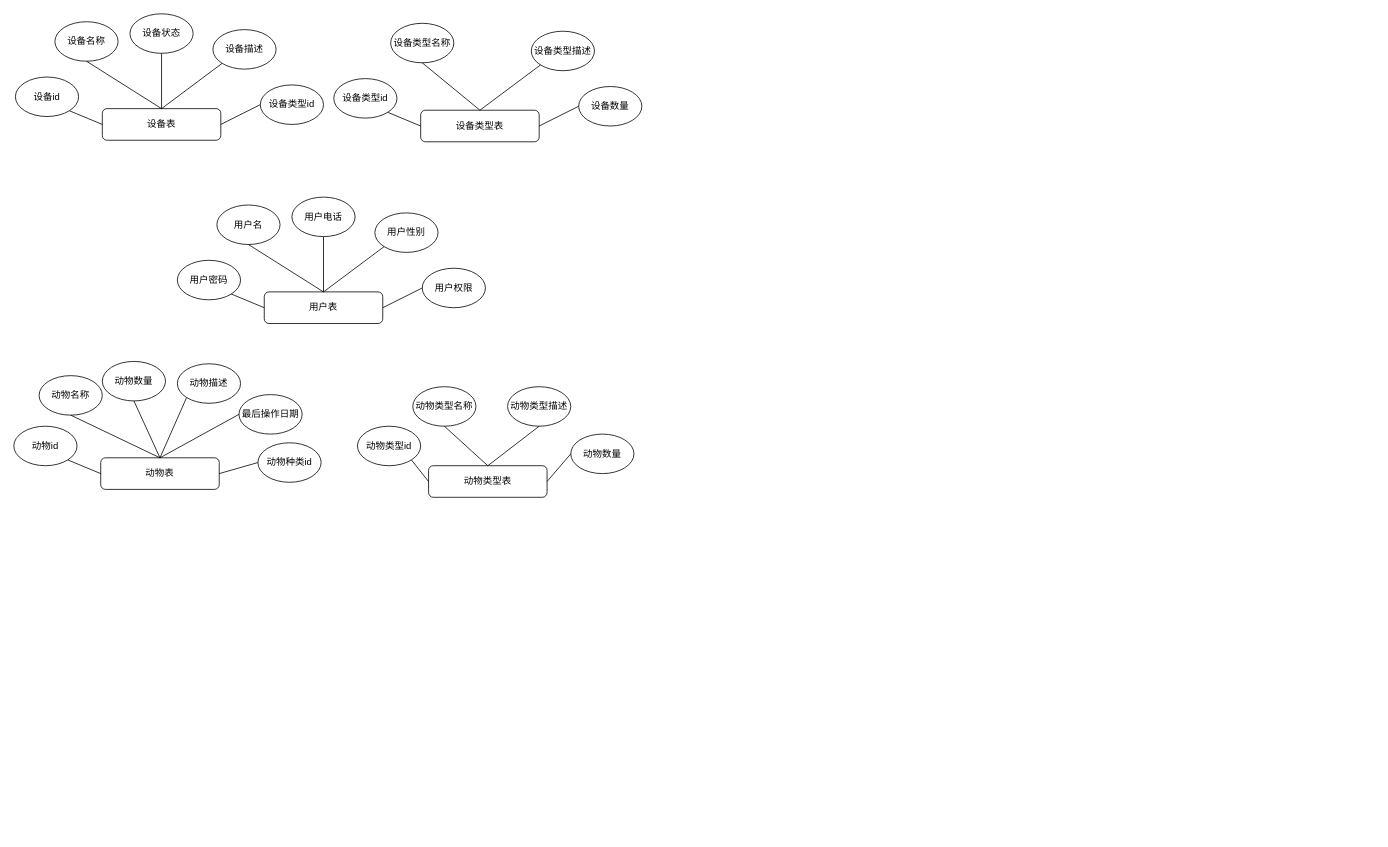
The draw.io diagram 养殖场管理系统.drawio in specychicken/drawIO2, before the edit. Source tidied: cells renumbered, new cells numbered last; positions are measured from the earlier drawing's top-left corner, leaving out a move shared by most shapes. Both pictures are drawn from the tidied source at 79%, with x=0, y=0 at pixel (13, 13).
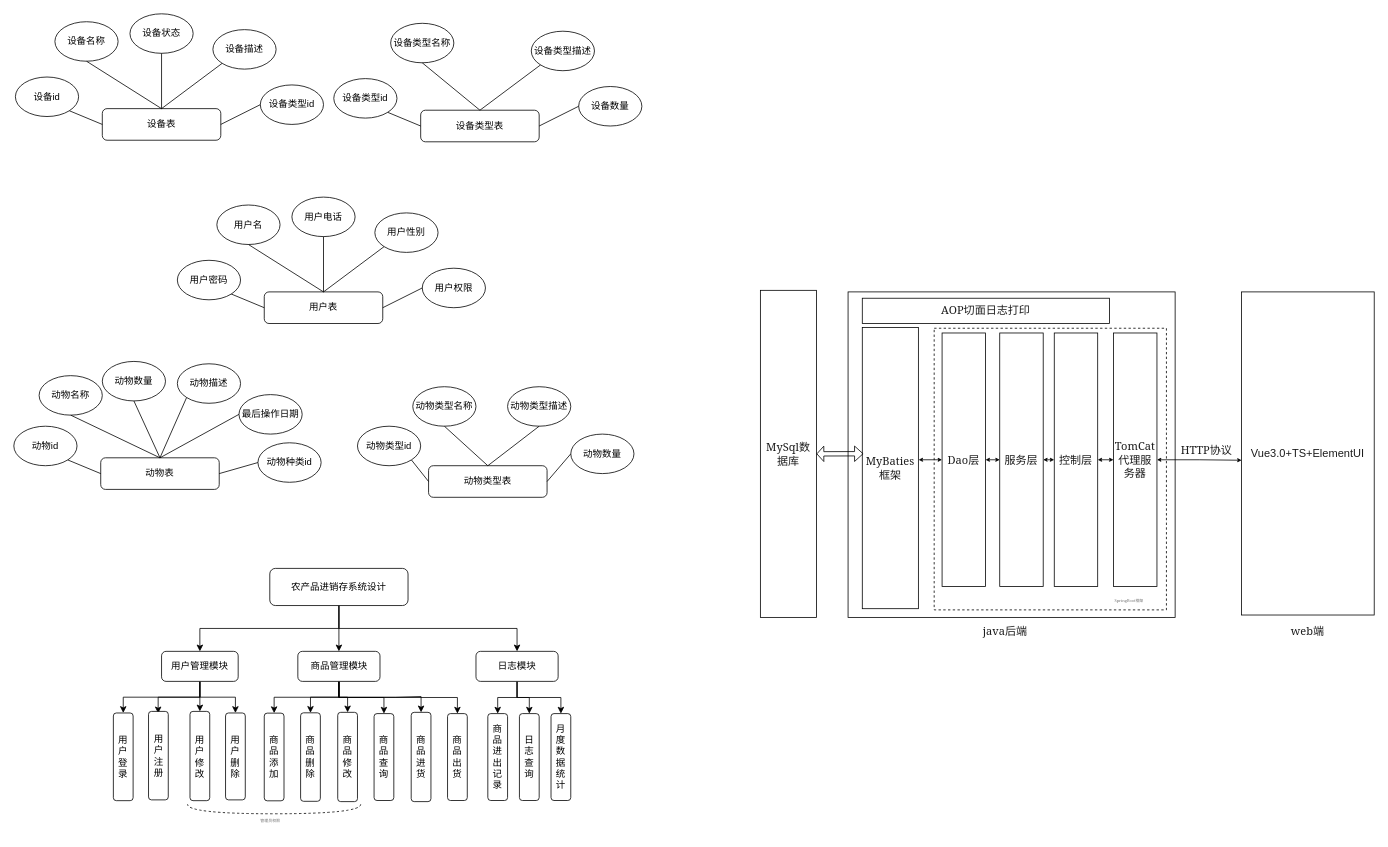
The same page after the edit.

Commit message:
更新养殖场管理系统.drawio

The edit, as a diff of the source:
```diff
@@
+    <mxCell id="55" style="edgeStyle=orthogonalEdgeStyle;rounded=0;jettySize=auto;html=1;" parent="1" edge="1" source="58" target="70">
+      <mxGeometry relative="1" as="geometry" />
+    </mxCell>
+    <mxCell id="56" style="edgeStyle=orthogonalEdgeStyle;rounded=0;jettySize=auto;html=1;exitX=0.5;exitY=1;exitDx=0;exitDy=0;" parent="1" edge="1" source="58" target="74">
+      <mxGeometry relative="1" as="geometry" />
+    </mxCell>
+    <mxCell id="57" style="edgeStyle=orthogonalEdgeStyle;rounded=0;jettySize=auto;html=1;exitX=0.5;exitY=1;exitDx=0;exitDy=0;entryX=0.5;entryY=0;entryDx=0;entryDy=0;" parent="1" edge="1" source="58" target="63">
+      <mxGeometry relative="1" as="geometry" />
+    </mxCell>
+    <mxCell id="58" value="农产品进销存系统设计" style="rounded=1;whiteSpace=wrap;html=1;" parent="1" vertex="1">
+      <mxGeometry x="324" y="702" width="175" height="47" as="geometry" />
+    </mxCell>
+    <mxCell id="59" style="edgeStyle=orthogonalEdgeStyle;rounded=0;jettySize=auto;html=1;exitX=0.5;exitY=1;exitDx=0;exitDy=0;entryX=0.5;entryY=0;entryDx=0;entryDy=0;" parent="1" edge="1" source="63" target="76">
+      <mxGeometry relative="1" as="geometry" />
+    </mxCell>
+    <mxCell id="60" style="edgeStyle=orthogonalEdgeStyle;rounded=0;jettySize=auto;html=1;exitX=0.5;exitY=1;exitDx=0;exitDy=0;entryX=0.487;entryY=0.022;entryDx=0;entryDy=0;entryPerimeter=0;" parent="1" edge="1" source="63" target="75">
+      <mxGeometry relative="1" as="geometry" />
+    </mxCell>
+    <mxCell id="61" style="edgeStyle=orthogonalEdgeStyle;rounded=0;jettySize=auto;html=1;exitX=0.5;exitY=1;exitDx=0;exitDy=0;entryX=0.5;entryY=0;entryDx=0;entryDy=0;" parent="1" edge="1" source="63" target="77">
+      <mxGeometry relative="1" as="geometry" />
+    </mxCell>
+    <mxCell id="62" style="edgeStyle=orthogonalEdgeStyle;rounded=0;jettySize=auto;html=1;exitX=0.5;exitY=1;exitDx=0;exitDy=0;" parent="1" edge="1" source="63" target="78">
+      <mxGeometry relative="1" as="geometry" />
+    </mxCell>
+    <mxCell id="63" value="用户管理模块" style="rounded=1;whiteSpace=wrap;html=1;" parent="1" vertex="1">
+      <mxGeometry x="187" y="807" width="97" height="38" as="geometry" />
+    </mxCell>
+    <mxCell id="64" style="edgeStyle=orthogonalEdgeStyle;rounded=0;jettySize=auto;html=1;exitX=0.5;exitY=1;exitDx=0;exitDy=0;entryX=0.5;entryY=0;entryDx=0;entryDy=0;" parent="1" edge="1" source="70" target="80">
+      <mxGeometry relative="1" as="geometry" />
+    </mxCell>
+    <mxCell id="65" style="edgeStyle=orthogonalEdgeStyle;rounded=0;jettySize=auto;html=1;exitX=0.5;exitY=1;exitDx=0;exitDy=0;entryX=0.5;entryY=0;entryDx=0;entryDy=0;" parent="1" edge="1" source="70" target="79">
+      <mxGeometry relative="1" as="geometry" />
+    </mxCell>
+    <mxCell id="66" style="edgeStyle=orthogonalEdgeStyle;rounded=0;jettySize=auto;html=1;exitX=0.5;exitY=1;exitDx=0;exitDy=0;entryX=0.5;entryY=0;entryDx=0;entryDy=0;" parent="1" edge="1" source="70" target="81">
+      <mxGeometry relative="1" as="geometry" />
+    </mxCell>
+    <mxCell id="67" style="edgeStyle=orthogonalEdgeStyle;rounded=0;jettySize=auto;html=1;exitX=0.5;exitY=1;exitDx=0;exitDy=0;entryX=0.5;entryY=0;entryDx=0;entryDy=0;" parent="1" edge="1" source="70" target="82">
+      <mxGeometry relative="1" as="geometry" />
+    </mxCell>
+    <mxCell id="68" style="edgeStyle=orthogonalEdgeStyle;rounded=0;jettySize=auto;html=1;exitX=0.5;exitY=1;exitDx=0;exitDy=0;entryX=0.5;entryY=0;entryDx=0;entryDy=0;" parent="1" edge="1" source="70" target="84">
+      <mxGeometry relative="1" as="geometry" />
+    </mxCell>
+    <mxCell id="69" style="edgeStyle=orthogonalEdgeStyle;rounded=0;jettySize=auto;html=1;exitX=0.5;exitY=1;exitDx=0;exitDy=0;" parent="1" edge="1" source="70" target="83">
+      <mxGeometry relative="1" as="geometry" />
+    </mxCell>
+    <mxCell id="70" value="商品管理模块" style="rounded=1;whiteSpace=wrap;html=1;" parent="1" vertex="1">
+      <mxGeometry x="359.5" y="807" width="104" height="38" as="geometry" />
+    </mxCell>
+    <mxCell id="71" style="edgeStyle=orthogonalEdgeStyle;rounded=0;jettySize=auto;html=1;exitX=0.5;exitY=1;exitDx=0;exitDy=0;" parent="1" edge="1" source="74" target="85">
+      <mxGeometry relative="1" as="geometry" />
+    </mxCell>
+    <mxCell id="72" style="edgeStyle=orthogonalEdgeStyle;rounded=0;jettySize=auto;html=1;exitX=0.5;exitY=1;exitDx=0;exitDy=0;entryX=0.5;entryY=0;entryDx=0;entryDy=0;" parent="1" edge="1" source="74" target="86">
+      <mxGeometry relative="1" as="geometry" />
+    </mxCell>
+    <mxCell id="73" style="edgeStyle=orthogonalEdgeStyle;rounded=0;jettySize=auto;html=1;exitX=0.5;exitY=1;exitDx=0;exitDy=0;entryX=0.5;entryY=0;entryDx=0;entryDy=0;" parent="1" edge="1" source="74" target="87">
+      <mxGeometry relative="1" as="geometry" />
+    </mxCell>
+    <mxCell id="74" value="日志模块" style="rounded=1;whiteSpace=wrap;html=1;" parent="1" vertex="1">
+      <mxGeometry x="585" y="807" width="104" height="38" as="geometry" />
+    </mxCell>
+    <mxCell id="75" value="用户注册" style="rounded=1;whiteSpace=wrap;html=1;" parent="1" vertex="1">
+      <mxGeometry x="170.5" y="883" width="25" height="112" as="geometry" />
+    </mxCell>
+    <mxCell id="76" value="用户登录" style="rounded=1;whiteSpace=wrap;html=1;" parent="1" vertex="1">
+      <mxGeometry x="126" y="885" width="25" height="111" as="geometry" />
+    </mxCell>
+    <mxCell id="77" value="用户修改" style="rounded=1;whiteSpace=wrap;html=1;" parent="1" vertex="1">
+      <mxGeometry x="223" y="883" width="25" height="113" as="geometry" />
+    </mxCell>
+    <mxCell id="78" value="用户删除" style="rounded=1;whiteSpace=wrap;html=1;" parent="1" vertex="1">
+      <mxGeometry x="268" y="885" width="25" height="110" as="geometry" />
+    </mxCell>
+    <mxCell id="79" value="商品删除" style="rounded=1;whiteSpace=wrap;html=1;" parent="1" vertex="1">
+      <mxGeometry x="363" y="884.8" width="25" height="112" as="geometry" />
+    </mxCell>
+    <mxCell id="80" value="商品添加" style="rounded=1;whiteSpace=wrap;html=1;" parent="1" vertex="1">
+      <mxGeometry x="317" y="885.2" width="25" height="111" as="geometry" />
+    </mxCell>
+    <mxCell id="81" value="商品修改" style="rounded=1;whiteSpace=wrap;html=1;" parent="1" vertex="1">
+      <mxGeometry x="410" y="884.2" width="25" height="113" as="geometry" />
+    </mxCell>
+    <mxCell id="82" value="商品查询" style="rounded=1;whiteSpace=wrap;html=1;" parent="1" vertex="1">
+      <mxGeometry x="456" y="885.8" width="25" height="110" as="geometry" />
+    </mxCell>
+    <mxCell id="83" value="商品进货" style="rounded=1;whiteSpace=wrap;html=1;" parent="1" vertex="1">
+      <mxGeometry x="503" y="884.2" width="25" height="113" as="geometry" />
+    </mxCell>
+    <mxCell id="84" value="商品出货" style="rounded=1;whiteSpace=wrap;html=1;" parent="1" vertex="1">
+      <mxGeometry x="549" y="885.8" width="25" height="110" as="geometry" />
+    </mxCell>
+    <mxCell id="85" value="商品进出记录" style="rounded=1;whiteSpace=wrap;html=1;" parent="1" vertex="1">
+      <mxGeometry x="600" y="885.8" width="25" height="110" as="geometry" />
+    </mxCell>
+    <mxCell id="86" value="日志查询" style="rounded=1;whiteSpace=wrap;html=1;" parent="1" vertex="1">
+      <mxGeometry x="640" y="885.8" width="25" height="110" as="geometry" />
+    </mxCell>
+    <mxCell id="87" value="月度数据统计" style="rounded=1;whiteSpace=wrap;html=1;" parent="1" vertex="1">
+      <mxGeometry x="680" y="885.8" width="25" height="110" as="geometry" />
+    </mxCell>
+    <mxCell id="88" style="shape=requiredInterface;html=1;verticalLabelPosition=bottom;sketch=0;rotation=90;dashed=1;" parent="1" vertex="1">
+      <mxGeometry x="323.5" y="897" width="12" height="219.2" as="geometry" />
+    </mxCell>
+    <mxCell id="89" value="&lt;pre style=&quot;font-size: 5px;&quot;&gt;&lt;font face=&quot;Georgia&quot; style=&quot;font-size: 5px; line-height: 0.9;&quot;&gt;管理员权限&lt;/font&gt;&lt;/pre&gt;" style="text;html=1;strokeColor=none;fillColor=none;align=center;verticalAlign=middle;whiteSpace=wrap;rounded=0;dashed=1;opacity=0;fontSize=5;textDirection=ltr;fontColor=#757575;" parent="1" vertex="1">
+      <mxGeometry x="277" y="1007" width="96" height="30" as="geometry" />
+    </mxCell>
+    <mxCell id="90" style="rounded=0;whiteSpace=wrap;html=1;fontFamily=Georgia;fontSize=5;fontColor=#757575;glass=0;" parent="1" vertex="1">
+      <mxGeometry x="1056" y="352" width="414" height="412" as="geometry" />
+    </mxCell>
+    <mxCell id="91" value="&lt;font color=&quot;#1c1c1c&quot; style=&quot;font-size: 14px;&quot;&gt;java后端&lt;/font&gt;" style="text;html=1;strokeColor=none;fillColor=none;align=center;verticalAlign=middle;whiteSpace=wrap;rounded=0;fontFamily=Georgia;fontSize=14;fontColor=#757575;" parent="1" vertex="1">
+      <mxGeometry x="1224.5" y="767" width="60" height="30" as="geometry" />
+    </mxCell>
+    <mxCell id="92" style="rounded=0;whiteSpace=wrap;html=1;fontFamily=Georgia;fontSize=14;fontColor=#1C1C1C;dashed=1;" parent="1" vertex="1">
+      <mxGeometry x="1165" y="398" width="294" height="356.5" as="geometry" />
+    </mxCell>
+    <mxCell id="93" value="&lt;pre style=&quot;font-size: 5px;&quot;&gt;&lt;font face=&quot;Georgia&quot; style=&quot;font-size: 5px; line-height: 0.9;&quot;&gt;SpringBoot框架&lt;/font&gt;&lt;/pre&gt;" style="text;html=1;strokeColor=none;fillColor=none;align=center;verticalAlign=middle;whiteSpace=wrap;rounded=0;dashed=1;opacity=0;fontSize=5;textDirection=ltr;fontColor=#757575;" parent="1" vertex="1">
+      <mxGeometry x="1364" y="728" width="96" height="30" as="geometry" />
+    </mxCell>
+    <mxCell id="94" value="MyBaties框架" style="rounded=0;glass=0;fontFamily=Georgia;fontSize=14;fontColor=#1C1C1C;align=center;whiteSpace=wrap;" parent="1" vertex="1">
+      <mxGeometry x="1074" y="397" width="71" height="356" as="geometry" />
+    </mxCell>
+    <mxCell id="95" value="MySql数据库" style="rounded=0;glass=0;fontFamily=Georgia;fontSize=14;fontColor=#1C1C1C;align=center;whiteSpace=wrap;" parent="1" vertex="1">
+      <mxGeometry x="945" y="350" width="71" height="414" as="geometry" />
+    </mxCell>
+    <mxCell id="96" style="shape=flexArrow;endArrow=classic;startArrow=classic;html=1;rounded=0;fontFamily=Georgia;fontSize=14;fontColor=#1C1C1C;entryX=0.021;entryY=0.449;entryDx=0;entryDy=0;exitX=1;exitY=0.5;exitDx=0;exitDy=0;width=5.517241379310345;startSize=2.6045977011494257;endSize=3.2574712643678163;startWidth=12.984542211652794;endWidth=12.984542211652794;entryPerimeter=0;" parent="1" edge="1" source="95" target="94">
+      <mxGeometry relative="1" as="geometry" />
+    </mxCell>
+    <mxCell id="97" style="edgeStyle=orthogonalEdgeStyle;rounded=0;jettySize=auto;html=1;exitX=0;exitY=0.5;exitDx=0;exitDy=0;entryX=1;entryY=0.5;entryDx=0;entryDy=0;fontFamily=Georgia;fontSize=14;fontColor=#1C1C1C;startArrow=classic;startFill=1;jumpSize=2;endSize=3;startSize=3;" parent="1" edge="1" source="99" target="102">
+      <mxGeometry relative="1" as="geometry" />
+    </mxCell>
+    <mxCell id="98" style="edgeStyle=orthogonalEdgeStyle;rounded=0;jumpSize=2;jettySize=auto;html=1;exitX=1;exitY=0.5;exitDx=0;exitDy=0;entryX=0.001;entryY=0.521;entryDx=0;entryDy=0;entryPerimeter=0;fontFamily=Georgia;fontSize=14;fontColor=#1C1C1C;startArrow=classic;startFill=1;startSize=3;endSize=3;" parent="1" edge="1" source="99" target="107">
+      <mxGeometry relative="1" as="geometry" />
+    </mxCell>
+    <mxCell id="99" value="TomCat代理服务器" style="rounded=0;whiteSpace=wrap;html=1;glass=0;fontFamily=Georgia;fontSize=14;fontColor=#1C1C1C;" parent="1" vertex="1">
+      <mxGeometry x="1392" y="404" width="55" height="321" as="geometry" />
+    </mxCell>
+    <mxCell id="100" value="AOP切面日志打印" style="rounded=0;whiteSpace=wrap;html=1;glass=0;fontFamily=Georgia;fontSize=14;fontColor=#1C1C1C;" parent="1" vertex="1">
+      <mxGeometry x="1074" y="360" width="313" height="32" as="geometry" />
+    </mxCell>
+    <mxCell id="101" style="edgeStyle=orthogonalEdgeStyle;rounded=0;jumpSize=2;jettySize=auto;html=1;exitX=0;exitY=0.5;exitDx=0;exitDy=0;entryX=1;entryY=0.5;entryDx=0;entryDy=0;fontFamily=Georgia;fontSize=14;fontColor=#1C1C1C;startArrow=classic;startFill=1;startSize=3;endSize=3;" parent="1" edge="1" source="102" target="103">
+      <mxGeometry relative="1" as="geometry" />
+    </mxCell>
+    <mxCell id="102" value="控制层" style="rounded=0;whiteSpace=wrap;html=1;glass=0;fontFamily=Georgia;fontSize=14;fontColor=#1C1C1C;" parent="1" vertex="1">
+      <mxGeometry x="1317" y="404" width="55" height="321" as="geometry" />
+    </mxCell>
+    <mxCell id="103" value="服务层" style="rounded=0;whiteSpace=wrap;html=1;glass=0;fontFamily=Georgia;fontSize=14;fontColor=#1C1C1C;" parent="1" vertex="1">
+      <mxGeometry x="1248" y="404" width="55" height="321" as="geometry" />
+    </mxCell>
+    <mxCell id="104" style="edgeStyle=orthogonalEdgeStyle;rounded=0;jumpSize=2;jettySize=auto;html=1;exitX=1;exitY=0.5;exitDx=0;exitDy=0;entryX=0;entryY=0.5;entryDx=0;entryDy=0;fontFamily=Georgia;fontSize=14;fontColor=#1C1C1C;startArrow=classic;startFill=1;startSize=3;endSize=3;" parent="1" edge="1" source="106" target="103">
+      <mxGeometry relative="1" as="geometry" />
+    </mxCell>
+    <mxCell id="105" style="edgeStyle=orthogonalEdgeStyle;rounded=0;jumpSize=2;jettySize=auto;html=1;exitX=0;exitY=0.5;exitDx=0;exitDy=0;entryX=1.004;entryY=0.471;entryDx=0;entryDy=0;entryPerimeter=0;fontFamily=Georgia;fontSize=14;fontColor=#1C1C1C;startArrow=classic;startFill=1;startSize=3;endSize=3;" parent="1" edge="1" source="106" target="94">
+      <mxGeometry relative="1" as="geometry" />
+    </mxCell>
+    <mxCell id="106" value="Dao层" style="rounded=0;whiteSpace=wrap;html=1;glass=0;fontFamily=Georgia;fontSize=14;fontColor=#1C1C1C;" parent="1" vertex="1">
+      <mxGeometry x="1175" y="404" width="55" height="321" as="geometry" />
+    </mxCell>
+    <mxCell id="107" value="&lt;font face=&quot;Helvetica&quot;&gt;Vue3.0+TS+ElementUI&lt;/font&gt;" style="rounded=0;whiteSpace=wrap;html=1;glass=0;fontFamily=Georgia;fontSize=14;fontColor=#1C1C1C;" parent="1" vertex="1">
+      <mxGeometry x="1554" y="352" width="168" height="409" as="geometry" />
+    </mxCell>
+    <mxCell id="108" value="&lt;font color=&quot;#1c1c1c&quot; style=&quot;font-size: 14px;&quot;&gt;web端&lt;/font&gt;" style="text;html=1;strokeColor=none;fillColor=none;align=center;verticalAlign=middle;whiteSpace=wrap;rounded=0;fontFamily=Georgia;fontSize=14;fontColor=#757575;" parent="1" vertex="1">
+      <mxGeometry x="1608" y="767" width="60" height="30" as="geometry" />
+    </mxCell>
+    <mxCell id="109" value="&lt;font color=&quot;#1c1c1c&quot; style=&quot;font-size: 14px;&quot;&gt;HTTP协议&lt;/font&gt;" style="text;html=1;strokeColor=none;fillColor=none;align=center;verticalAlign=middle;whiteSpace=wrap;rounded=0;fontFamily=Georgia;fontSize=14;fontColor=#757575;" parent="1" vertex="1">
+      <mxGeometry x="1476" y="538" width="68" height="30" as="geometry" />
+    </mxCell>
```
